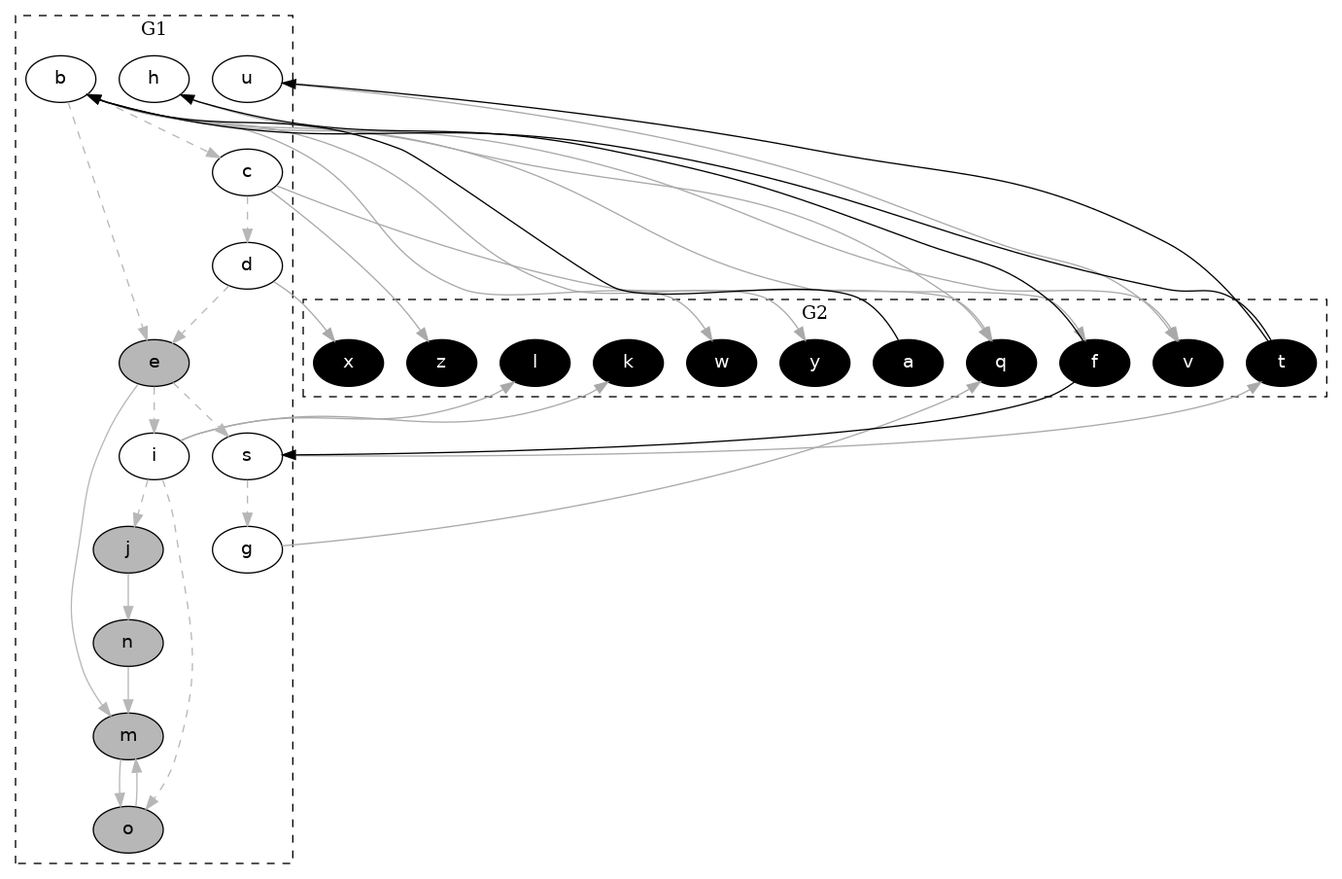
This is IDCC-2024/graphs/kernel_graph_colored.png from idaks/Games-and-Argumentation, a Graphviz export, as it was before one commit. Its source is kept beside it as IDCC-2024/graphs/kernel_graph_colored.dot.
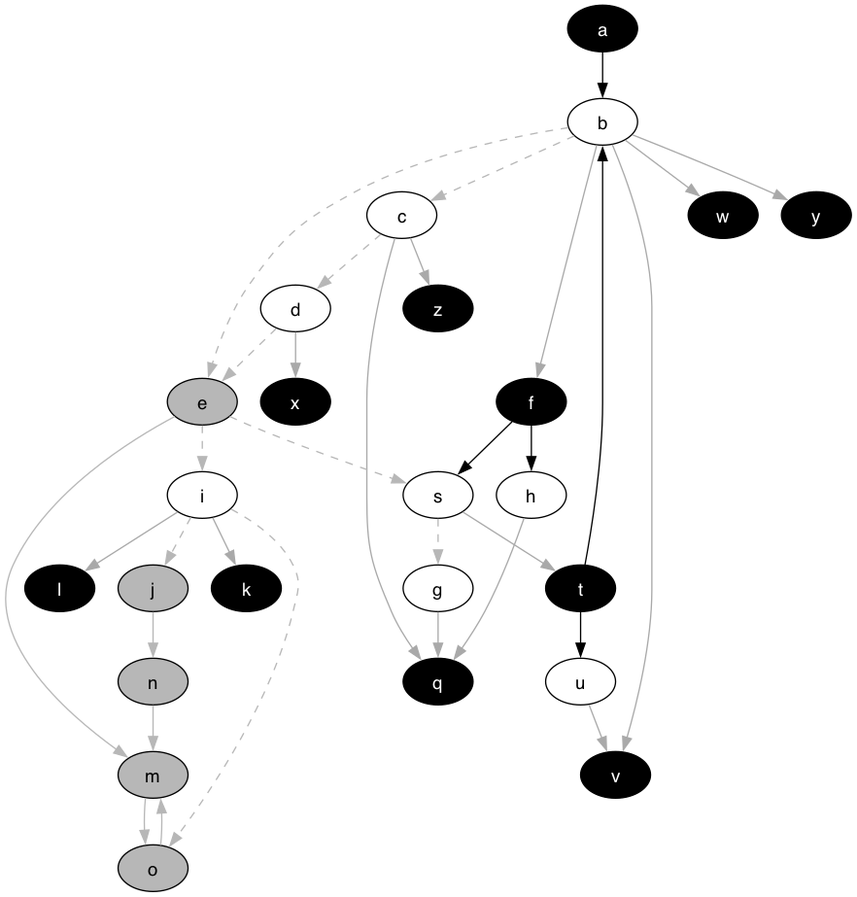
Later version of the same file.

Diff of the diagram source:
```diff
@@ -1,14 +1,8 @@
 digraph G {
   node [shape=oval style=filled fontname=Helvetica fontsize=14]
-  subgraph cluster_g1{
-  label = "G1"; color = black; style ="dashed";
-    node [fillcolor="#ffffff" fontcolor="#000000"] b c d s g h i u;
-    node [fillcolor="#b7b7b7" fontcolor="#000000"] e j m o n;
-  }
-  subgraph cluster_g2{
-  label = "G2"; color = black; style ="dashed";
-    node [fillcolor="#000000" fontcolor="#ffffff"] a t f k l q v w x y z;
-  }
+  node [fillcolor="#ffffff" fontcolor="#000000"] b c d s g h i u;
+  node [fillcolor="#000000" fontcolor="#ffffff"] a t f k l q v w x y z;
+  node [fillcolor="#b7b7b7" fontcolor="#000000"] e j m o n;
   edge [dir=forward, color="#000000", style="solid"]
         "a" -> "b";
         "t" -> "b";
```
